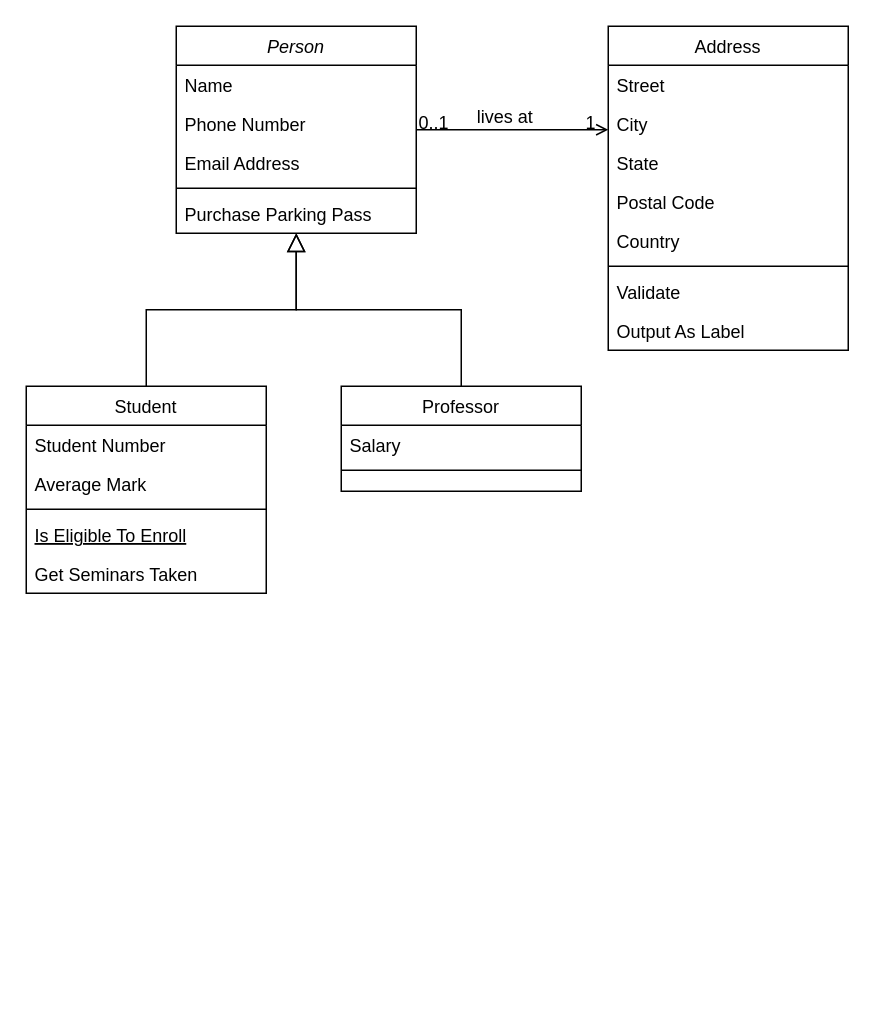
The draw.io diagram Dasari_Ganesh_Program4Design.drawio in O-xix/CSS343_DasariGanesh_Program4, before the edit. Source tidied: cells renumbered, new cells numbered last; positions are measured from the earlier drawing's top-left corner, leaving out a move shared by most shapes. Both pictures are drawn from the tidied source at 150%, with x=0, y=0 at pixel (26, 26).
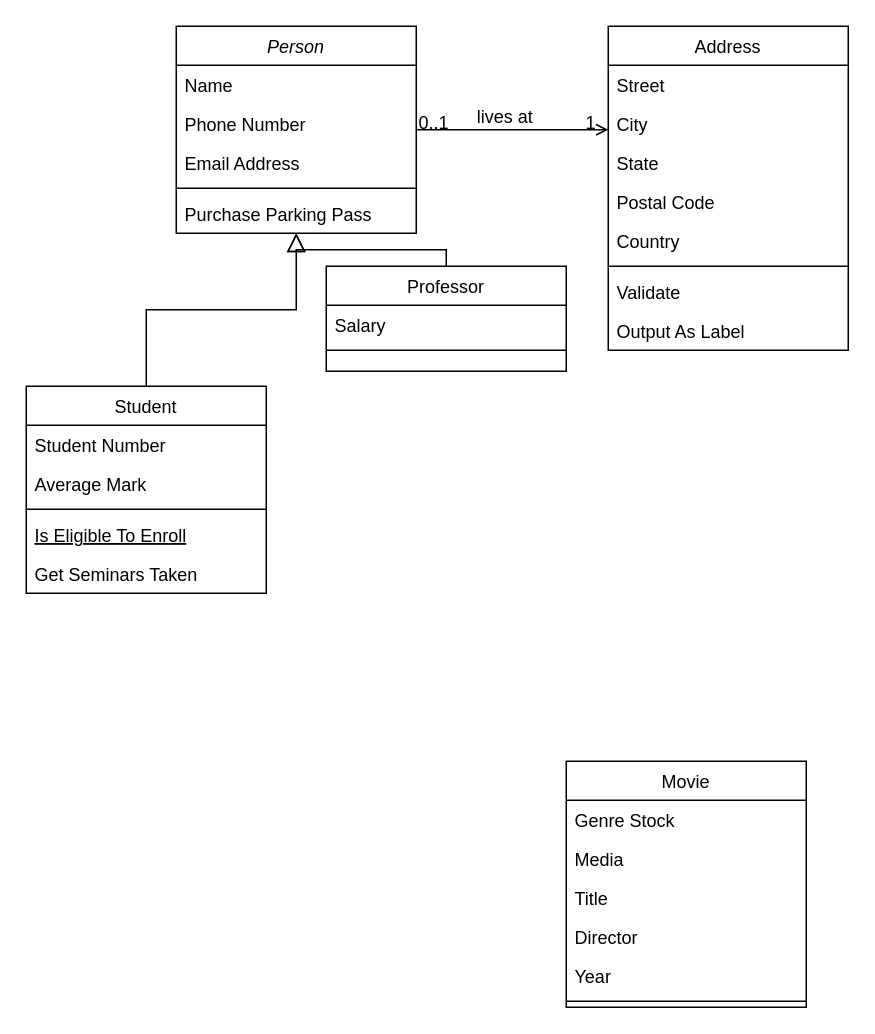
Above is the later version.

Commit message:
Update Dasari_Ganesh_Program4Design.drawio: Checking updates to diagram, after changing diagram, save and it should pop up a box with a commit message.

The edit, as a diff of the source:
```diff
@@
     <mxCell id="15" value="Professor" style="swimlane;fontStyle=0;align=center;verticalAlign=top;horizontal=1;startSize=26;rounded=0;shadow=0;strokeWidth=1;" parent="1" vertex="1">
-      <mxGeometry x="210" y="240" width="160" height="70" as="geometry" />
+      <mxGeometry x="200" y="160" width="160" height="70" as="geometry" />
     </mxCell>
@@
+    <mxCell id="32" value="Movie" style="swimlane;fontStyle=0;align=center;verticalAlign=top;horizontal=1;startSize=26;rounded=0;shadow=0;strokeWidth=1;" parent="1" vertex="1">
+      <mxGeometry x="360" y="490" width="160" height="164" as="geometry" />
+    </mxCell>
+    <mxCell id="33" value="Genre Stock" style="text;align=left;verticalAlign=top;spacingLeft=4;spacingRight=4;overflow=hidden;" parent="32" vertex="1">
+      <mxGeometry y="26" width="160" height="26" as="geometry" />
+    </mxCell>
+    <mxCell id="34" value="Media" style="text;align=left;verticalAlign=top;spacingLeft=4;spacingRight=4;overflow=hidden;rounded=0;shadow=0;html=0;" parent="32" vertex="1">
+      <mxGeometry y="52" width="160" height="26" as="geometry" />
+    </mxCell>
+    <mxCell id="35" value="Title" style="text;align=left;verticalAlign=top;spacingLeft=4;spacingRight=4;overflow=hidden;rounded=0;shadow=0;html=0;" parent="32" vertex="1">
+      <mxGeometry y="78" width="160" height="26" as="geometry" />
+    </mxCell>
+    <mxCell id="36" value="Director" style="text;align=left;verticalAlign=top;spacingLeft=4;spacingRight=4;overflow=hidden;rounded=0;shadow=0;html=0;" parent="32" vertex="1">
+      <mxGeometry y="104" width="160" height="26" as="geometry" />
+    </mxCell>
+    <mxCell id="37" value="Year" style="text;align=left;verticalAlign=top;spacingLeft=4;spacingRight=4;overflow=hidden;rounded=0;shadow=0;html=0;" parent="32" vertex="1">
+      <mxGeometry y="130" width="160" height="26" as="geometry" />
+    </mxCell>
+    <mxCell id="38" style="line;html=1;strokeWidth=1;align=left;verticalAlign=middle;spacingTop=-1;spacingLeft=3;spacingRight=3;labelPosition=right;" parent="32" vertex="1">
+      <mxGeometry y="156" width="160" height="8" as="geometry" />
+    </mxCell>
```
